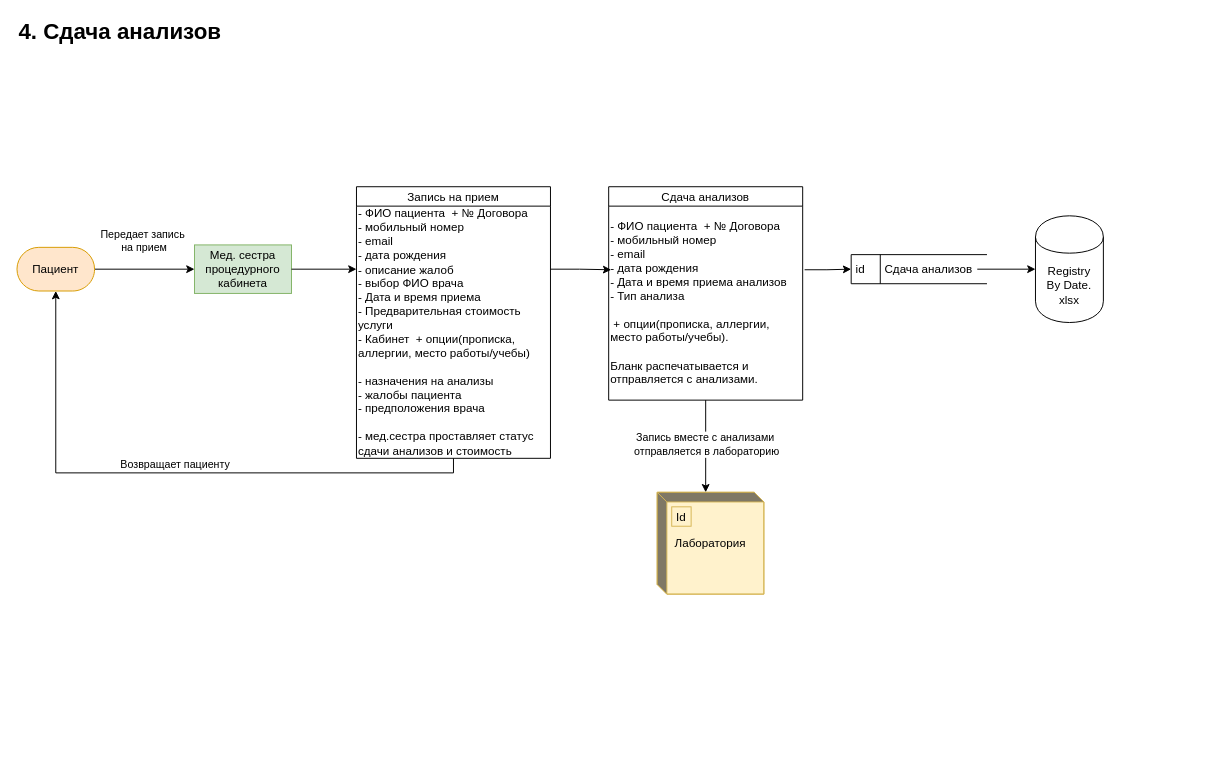
The draw.io diagram page "Сдача анализов" (4 of 7) of Exc1/Data Flow Diagrams.drawio in Ayzatullin/architecture-sprint-10, before the edit. Source tidied: cells renumbered, new cells numbered last; positions are measured from the earlier drawing's top-left corner, leaving out a move shared by most shapes. Both pictures are drawn from the tidied source at 97%, with x=0, y=0 at pixel (16, 16).
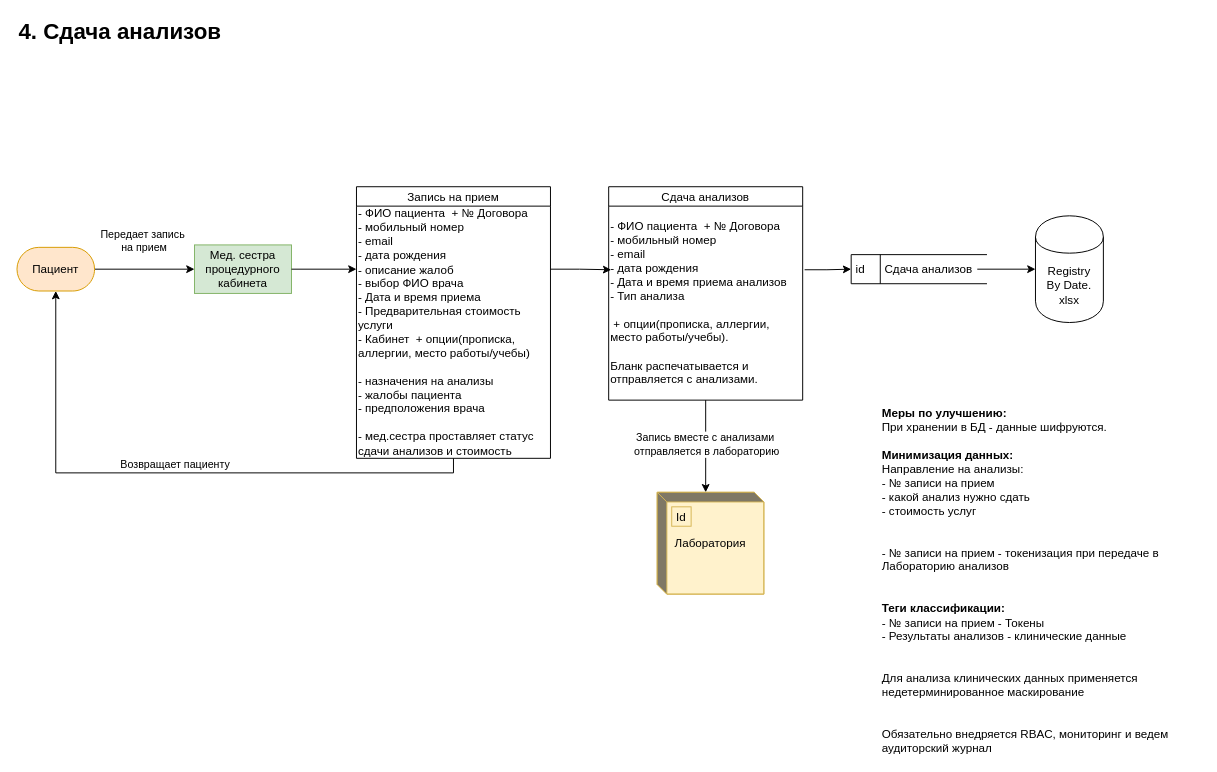
The same diagram, later.

What changed in the source:
```diff
@@
+    <mxCell id="24" value="&lt;div&gt;&lt;span style=&quot;background-color: transparent; color: light-dark(rgb(0, 0, 0), rgb(255, 255, 255));&quot;&gt;&lt;b&gt;Меры по улучшению:&lt;/b&gt;&lt;/span&gt;&lt;/div&gt;&lt;div&gt;&lt;span style=&quot;background-color: transparent; color: light-dark(rgb(0, 0, 0), rgb(255, 255, 255));&quot;&gt;При хранении в БД - данные шифруются.&lt;/span&gt;&lt;/div&gt;&lt;div&gt;&lt;span style=&quot;background-color: transparent; color: light-dark(rgb(0, 0, 0), rgb(255, 255, 255));&quot;&gt;&lt;br&gt;&lt;/span&gt;&lt;/div&gt;&lt;div&gt;&lt;b style=&quot;background-color: transparent; color: light-dark(rgb(0, 0, 0), rgb(255, 255, 255));&quot;&gt;Минимизация данных:&lt;/b&gt;&lt;/div&gt;&lt;div&gt;&lt;span style=&quot;background-color: transparent; color: light-dark(rgb(0, 0, 0), rgb(255, 255, 255));&quot;&gt;Направление на анализы:&lt;/span&gt;&lt;/div&gt;&lt;div&gt;- № записи на прием&lt;/div&gt;&lt;div&gt;- какой анализ нужно сдать&lt;/div&gt;&lt;div&gt;- стоимость услуг&lt;/div&gt;&lt;div&gt;&lt;span style=&quot;background-color: transparent; color: light-dark(rgb(0, 0, 0), rgb(255, 255, 255));&quot;&gt;&lt;br&gt;&lt;/span&gt;&lt;/div&gt;&lt;div&gt;&lt;br&gt;&lt;/div&gt;&lt;div&gt;-&amp;nbsp;&lt;span style=&quot;background-color: transparent; color: light-dark(rgb(0, 0, 0), rgb(255, 255, 255));&quot;&gt;№ записи на прием - токенизация при передаче в Лабораторию анализов&lt;/span&gt;&lt;/div&gt;&lt;div&gt;&lt;span style=&quot;background-color: transparent; color: light-dark(rgb(0, 0, 0), rgb(255, 255, 255));&quot;&gt;&lt;br&gt;&lt;/span&gt;&lt;/div&gt;&lt;div&gt;&lt;span style=&quot;background-color: transparent; color: light-dark(rgb(0, 0, 0), rgb(255, 255, 255));&quot;&gt;&lt;br&gt;&lt;/span&gt;&lt;/div&gt;&lt;div&gt;&lt;span style=&quot;background-color: transparent; color: light-dark(rgb(0, 0, 0), rgb(255, 255, 255));&quot;&gt;&lt;b&gt;Теги классификации:&lt;/b&gt;&lt;/span&gt;&lt;/div&gt;&lt;div&gt;&lt;span style=&quot;background-color: transparent; color: light-dark(rgb(0, 0, 0), rgb(255, 255, 255));&quot;&gt;-&amp;nbsp;&lt;/span&gt;&lt;span style=&quot;background-color: transparent; color: light-dark(rgb(0, 0, 0), rgb(255, 255, 255));&quot;&gt;№ записи на прием -&amp;nbsp;&lt;/span&gt;&lt;span style=&quot;background-color: transparent; color: light-dark(rgb(0, 0, 0), rgb(255, 255, 255));&quot;&gt;Токены&lt;/span&gt;&lt;/div&gt;&lt;div&gt;&lt;span style=&quot;background-color: transparent; color: light-dark(rgb(0, 0, 0), rgb(255, 255, 255));&quot;&gt;- Результаты анализов - клинические данные&lt;/span&gt;&lt;/div&gt;&lt;div&gt;&lt;span style=&quot;background-color: transparent; color: light-dark(rgb(0, 0, 0), rgb(255, 255, 255));&quot;&gt;&lt;br&gt;&lt;/span&gt;&lt;/div&gt;&lt;div&gt;&lt;span style=&quot;background-color: transparent; color: light-dark(rgb(0, 0, 0), rgb(255, 255, 255));&quot;&gt;&lt;br&gt;&lt;/span&gt;&lt;/div&gt;&lt;div&gt;&lt;span style=&quot;background-color: transparent; color: light-dark(rgb(0, 0, 0), rgb(255, 255, 255));&quot;&gt;Для анализа клинических данных применяется недетерминированное маскирование&lt;/span&gt;&lt;/div&gt;&lt;div&gt;&lt;span style=&quot;background-color: transparent; color: light-dark(rgb(0, 0, 0), rgb(255, 255, 255));&quot;&gt;&lt;br&gt;&lt;/span&gt;&lt;/div&gt;&lt;div&gt;&lt;span style=&quot;background-color: transparent; color: light-dark(rgb(0, 0, 0), rgb(255, 255, 255));&quot;&gt;&lt;br&gt;&lt;/span&gt;&lt;/div&gt;&lt;div&gt;Обязательно внедряется RBAC, мониторинг и ведем аудиторский журнал&lt;span style=&quot;background-color: transparent; color: light-dark(rgb(0, 0, 0), rgb(255, 255, 255));&quot;&gt;&lt;/span&gt;&lt;/div&gt;" style="text;html=1;align=left;verticalAlign=top;whiteSpace=wrap;rounded=0;" parent="1" vertex="1">
+      <mxGeometry x="890" y="395" width="330" height="365" as="geometry" />
+    </mxCell>
```
